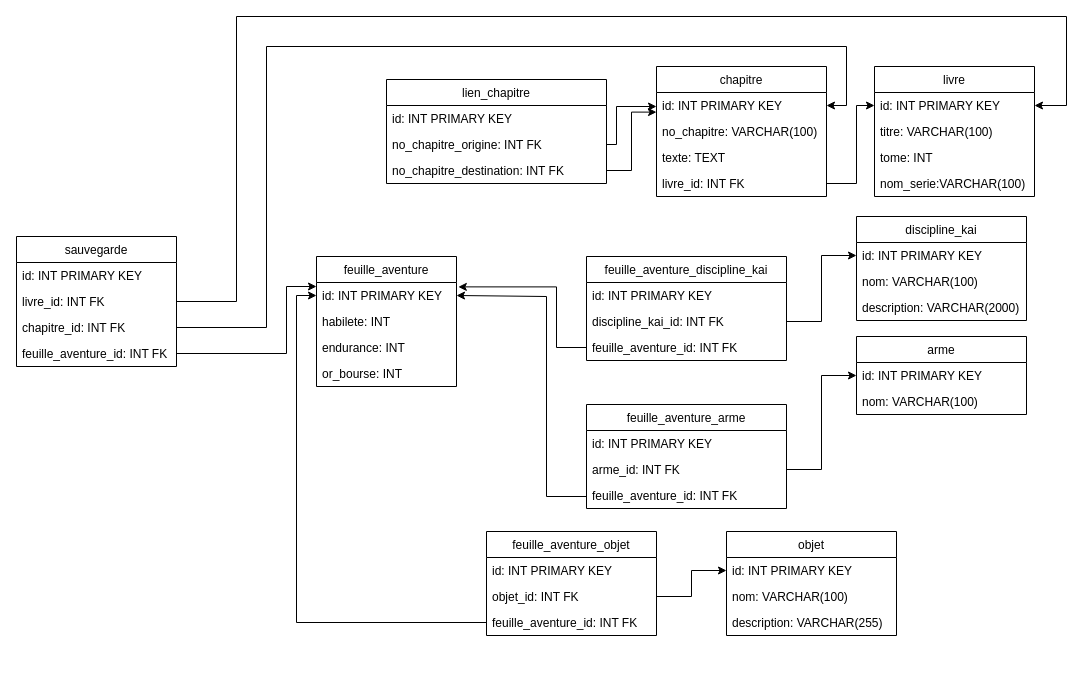
Before: diagramme_de_classes.drawio in 2135500-Garand-Cedric/LDVELH, a draw.io diagram. Source tidied: cells renumbered, new cells numbered last; positions are measured from the earlier drawing's top-left corner, leaving out a move shared by most shapes. Both pictures are drawn from the tidied source at 100%, with x=0, y=0 at pixel (16, 16).
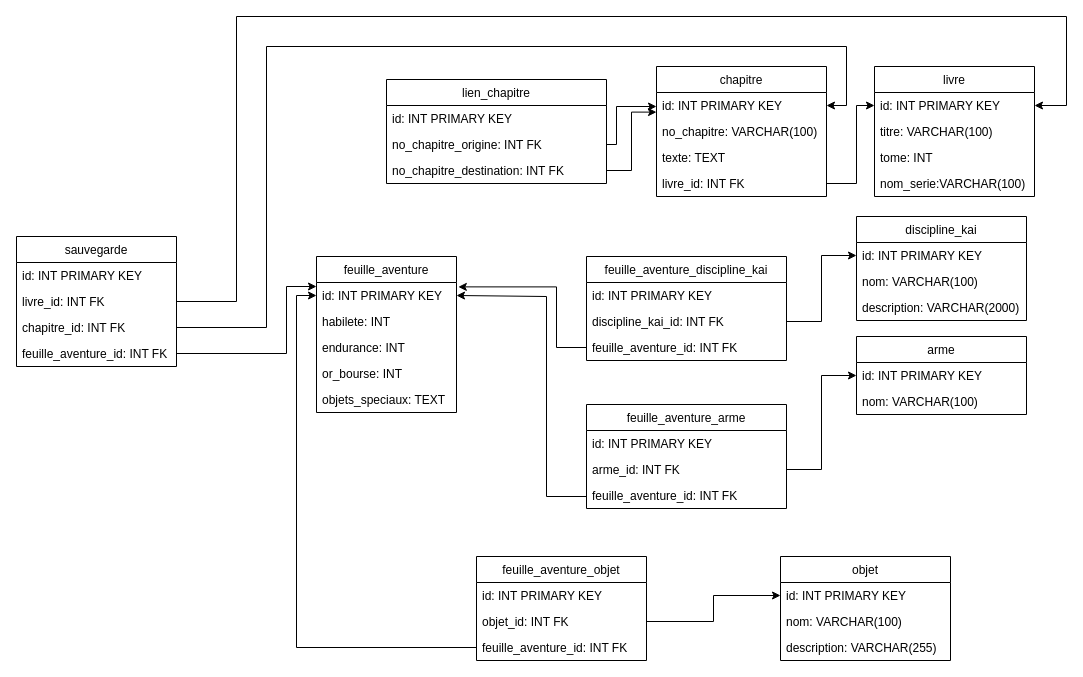
After the change.

Unchanged cells that the change refers to:
```xml
<mxCell id="24" value="id: INT PRIMARY KEY" style="text;align=left;verticalAlign=top;spacingLeft=4;spacingRight=4;overflow=hidden;points=[[0,0.5],[1,0.5]];portConstraint=eastwest;" parent="23" vertex="1">
  <mxGeometry y="26" width="140" height="26" as="geometry" />
</mxCell>
<mxCell id="58" value="feuille_aventure_id: INT FK" style="text;align=left;verticalAlign=top;spacingLeft=4;spacingRight=4;overflow=hidden;points=[[0,0.5],[1,0.5]];portConstraint=eastwest;" parent="55" vertex="1">
  <mxGeometry y="78" width="170" height="26" as="geometry" />
</mxCell>
```

The edit, as a diff of the source:
```diff
@@
     <mxCell id="23" value="feuille_aventure" style="swimlane;fontStyle=0;align=center;verticalAlign=top;horizontal=1;startSize=26;rounded=0;shadow=0;strokeWidth=1;" parent="1" vertex="1">
-      <mxGeometry x="300" y="240" width="140" height="130" as="geometry" />
+      <mxGeometry x="300" y="240" width="140" height="156" as="geometry" />
     </mxCell>
@@
+    <mxCell id="61" value="objets_speciaux: TEXT" style="text;align=left;verticalAlign=top;spacingLeft=4;spacingRight=4;overflow=hidden;" parent="23" vertex="1">
+      <mxGeometry y="130" width="140" height="26" as="geometry" />
+    </mxCell>
@@
     <mxCell id="51" value="objet" style="swimlane;fontStyle=0;align=center;verticalAlign=top;horizontal=1;startSize=26;rounded=0;shadow=0;strokeWidth=1;" parent="1" vertex="1">
-      <mxGeometry x="710" y="515" width="170" height="104" as="geometry" />
+      <mxGeometry x="764" y="540" width="170" height="104" as="geometry" />
     </mxCell>
@@
     <mxCell id="55" value="feuille_aventure_objet" style="swimlane;fontStyle=0;align=center;verticalAlign=top;horizontal=1;startSize=26;rounded=0;shadow=0;strokeWidth=1;" parent="1" vertex="1">
-      <mxGeometry x="470" y="515" width="170" height="104" as="geometry" />
+      <mxGeometry x="460" y="540" width="170" height="104" as="geometry" />
     </mxCell>
@@
     <mxCell id="60" style="endArrow=classic;html=1;rounded=0;exitX=0;exitY=0.5;exitDx=0;exitDy=0;edgeStyle=orthogonalEdgeStyle;entryX=0;entryY=0.5;entryDx=0;entryDy=0;" parent="1" edge="1" source="58" target="24">
       <mxGeometry relative="1" as="geometry">
         <Array as="points">
-          <mxPoint x="280" y="606" />
+          <mxPoint x="280" y="631" />
           <mxPoint x="280" y="279" />
         </Array>
       </mxGeometry>
     </mxCell>
```
